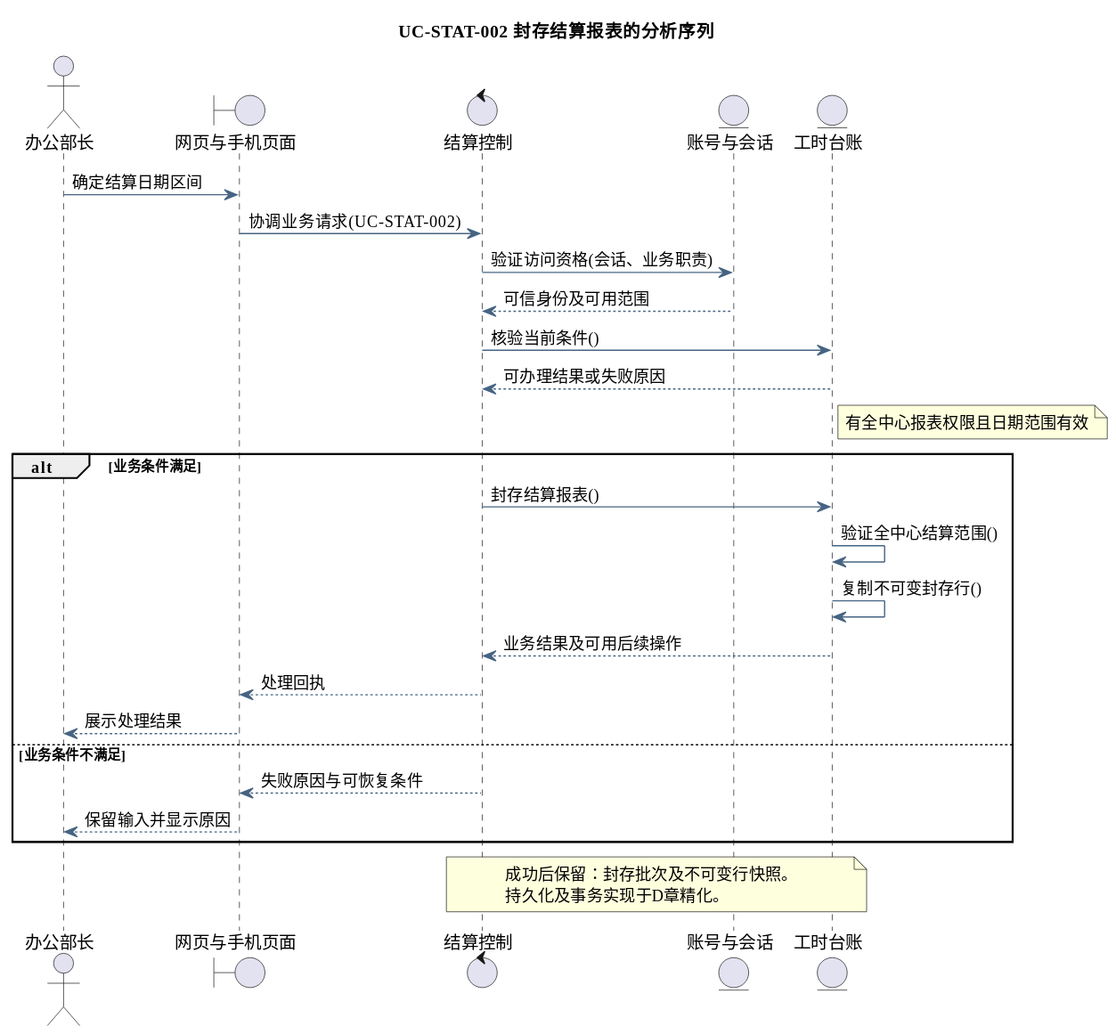
This is docs/diagrams/analysis/seq-uc-stat-002.svg from tccc1csu/miniprogram-csu, a PlantUML export, as it was before one commit. Source of this version:
```plantuml
@startuml
skinparam defaultFontName Microsoft YaHei
skinparam shadowing false
skinparam backgroundColor #FFFFFF
skinparam ArrowColor #466482
skinparam classAttributeIconSize 0
hide empty members
title UC-STAT-002 封存结算报表的分析序列
actor "办公部长" as actor
boundary "网页与手机页面" as page
control "结算控制" as ctl
entity "账号与会话" as identity
entity "工时台账" as model
actor -> page : 确定结算日期区间
page -> ctl : 协调业务请求(UC-STAT-002)
ctl -> identity : 验证访问资格(会话、业务职责)
identity --> ctl : 可信身份及可用范围
ctl -> model : 核验当前条件()
model --> ctl : 可办理结果或失败原因
note right of model
有全中心报表权限且日期范围有效
end note
alt 业务条件满足
ctl -> model : 封存结算报表()
model -> model : 验证全中心结算范围()
model -> model : 复制不可变封存行()
model --> ctl : 业务结果及可用后续操作
ctl --> page : 处理回执
page --> actor : 展示处理结果
else 业务条件不满足
ctl --> page : 失败原因与可恢复条件
page --> actor : 保留输入并显示原因
end
note over ctl,model
成功后保留：封存批次及不可变行快照。
持久化及事务实现于D章精化。
end note
@enduml
```
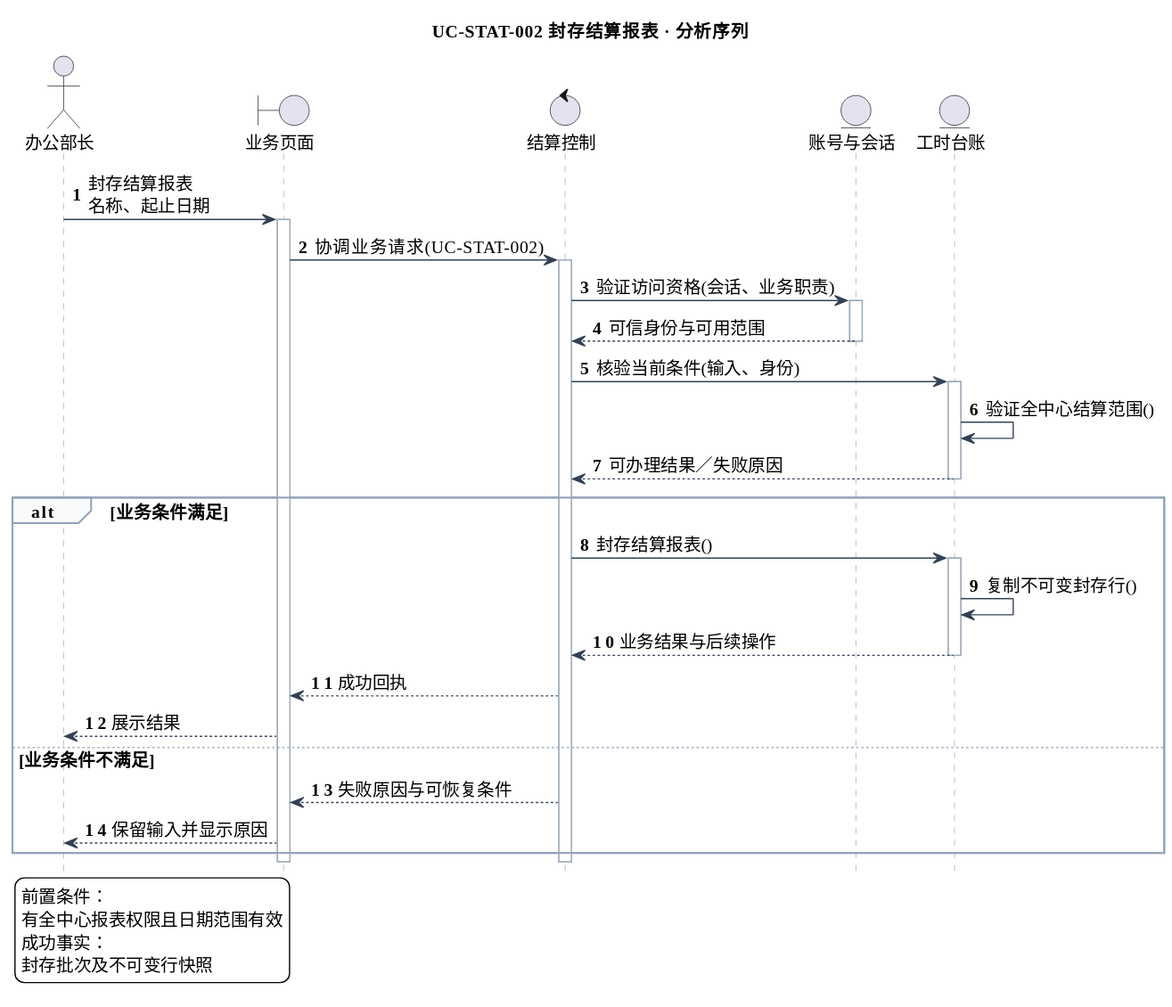
After the commit.

Diff of the diagram source:
```diff
@@ -5,34 +5,52 @@
 skinparam ArrowColor #466482
 skinparam classAttributeIconSize 0
 hide empty members
-title UC-STAT-002 封存结算报表的分析序列
+skinparam defaultFontSize 14
+skinparam sequenceLifeLineBorderColor #9AA8B8
+skinparam sequenceArrowColor #334155
+skinparam sequenceGroupBorderColor #94A3B8
+skinparam sequenceGroupBackgroundColor #F8FAFC
+skinparam sequenceParticipantPadding 18
+skinparam maxMessageSize 240
+hide footbox
+autonumber
+title UC-STAT-002 封存结算报表 · 分析序列
 actor "办公部长" as actor
-boundary "网页与手机页面" as page
+boundary "业务页面" as page
 control "结算控制" as ctl
 entity "账号与会话" as identity
 entity "工时台账" as model
-actor -> page : 确定结算日期区间
+actor -> page : 封存结算报表\n名称、起止日期
+activate page
 page -> ctl : 协调业务请求(UC-STAT-002)
+activate ctl
 ctl -> identity : 验证访问资格(会话、业务职责)
-identity --> ctl : 可信身份及可用范围
-ctl -> model : 核验当前条件()
-model --> ctl : 可办理结果或失败原因
-note right of model
-有全中心报表权限且日期范围有效
-end note
+activate identity
+identity --> ctl : 可信身份与可用范围
+deactivate identity
+ctl -> model : 核验当前条件(输入、身份)
+activate model
+model -> model : 验证全中心结算范围()
+model --> ctl : 可办理结果／失败原因
+deactivate model
 alt 业务条件满足
 ctl -> model : 封存结算报表()
-model -> model : 验证全中心结算范围()
+activate model
 model -> model : 复制不可变封存行()
-model --> ctl : 业务结果及可用后续操作
-ctl --> page : 处理回执
-page --> actor : 展示处理结果
+model --> ctl : 业务结果与后续操作
+deactivate model
+ctl --> page : 成功回执
+page --> actor : 展示结果
 else 业务条件不满足
 ctl --> page : 失败原因与可恢复条件
 page --> actor : 保留输入并显示原因
 end
-note over ctl,model
-成功后保留：封存批次及不可变行快照。
-持久化及事务实现于D章精化。
-end note
+deactivate ctl
+deactivate page
+legend bottom left
+前置条件：
+有全中心报表权限且日期范围有效
+成功事实：
+封存批次及不可变行快照
+endlegend
 @enduml
```
